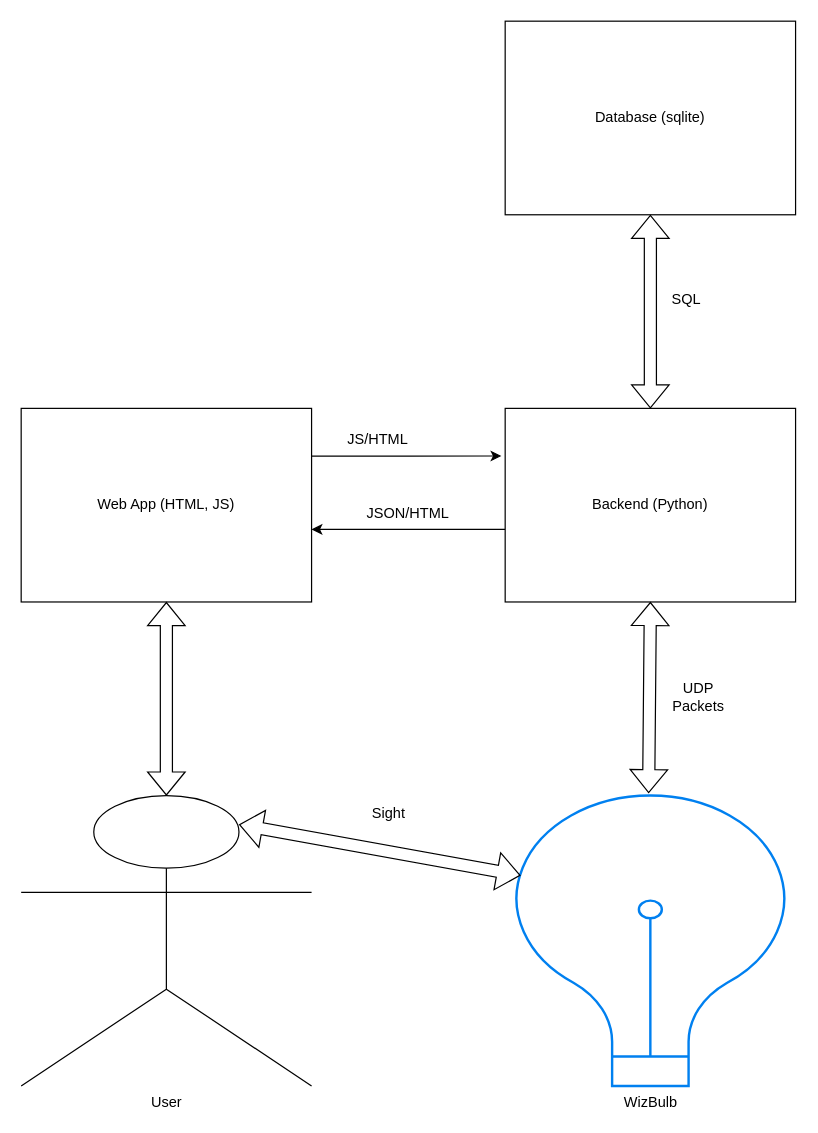
This is project-report-docs/BulbBopArchitectureDiagram.drawio from RyanMcClean/wizlight-music-sync, a draw.io file, before an edit. Source tidied: cells renumbered, new cells numbered last; positions are measured from the earlier drawing's top-left corner, leaving out a move shared by most shapes. Both pictures are drawn from the tidied source at 121%, with x=0, y=0 at pixel (21, 21).
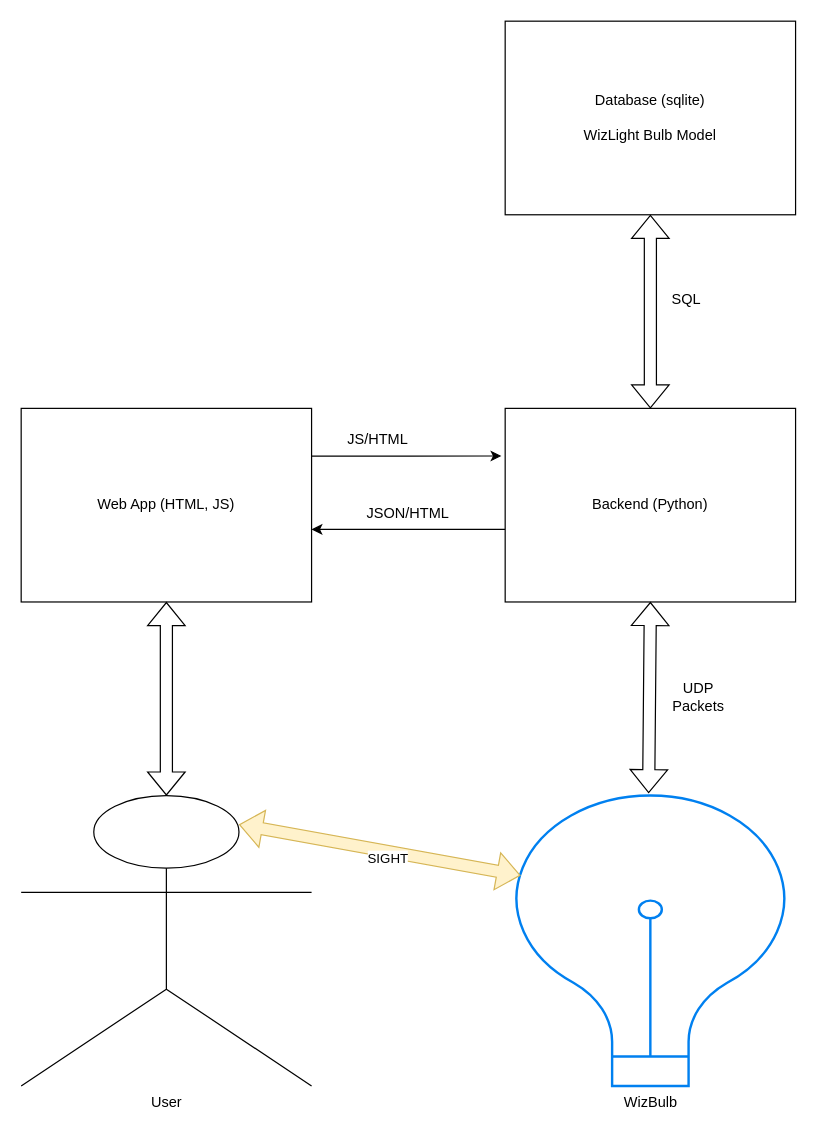
The same page after the edit.

The change refers to these unchanged cells:
```xml
<mxCell id="6" value="&lt;div&gt;User&lt;/div&gt;" style="shape=umlActor;verticalLabelPosition=bottom;verticalAlign=top;html=1;outlineConnect=0;" parent="1" vertex="1">
  <mxGeometry y="640" width="240" height="240" as="geometry" />
</mxCell>
<mxCell id="7" value="&lt;div&gt;WizBulb&lt;/div&gt;" style="html=1;verticalLabelPosition=bottom;align=center;labelBackgroundColor=#ffffff;verticalAlign=top;strokeWidth=2;strokeColor=#0080F0;shadow=0;dashed=0;shape=mxgraph.ios7.icons.lightbulb;" parent="1" vertex="1">
  <mxGeometry x="400" y="640" width="240" height="240" as="geometry" />
</mxCell>
```

The edit, as a diff of the source:
```diff
@@
-    <mxCell id="5" value="Database (sqlite)" style="rounded=0;whiteSpace=wrap;html=1;" parent="1" vertex="1">
+    <mxCell id="5" value="Database (sqlite)&lt;div&gt;&lt;br&gt;&lt;/div&gt;&lt;div&gt;WizLight Bulb Model&lt;/div&gt;" style="rounded=0;whiteSpace=wrap;html=1;" parent="1" vertex="1">
       <mxGeometry x="400" width="240" height="160" as="geometry" />
     </mxCell>
@@
-    <mxCell id="9" style="shape=flexArrow;endArrow=classic;startArrow=classic;html=1;rounded=0;exitX=0.75;exitY=0.1;exitDx=0;exitDy=0;exitPerimeter=0;entryX=0.053;entryY=0.275;entryDx=0;entryDy=0;entryPerimeter=0;" parent="1" edge="1" source="6" target="7">
+    <mxCell id="9" style="shape=flexArrow;endArrow=classic;startArrow=classic;html=1;rounded=0;exitX=0.75;exitY=0.1;exitDx=0;exitDy=0;exitPerimeter=0;entryX=0.053;entryY=0.275;entryDx=0;entryDy=0;entryPerimeter=0;fillColor=#fff2cc;strokeColor=#d6b656;" parent="1" edge="1" source="6" target="7">
       <mxGeometry relative="1" as="geometry" />
     </mxCell>
+    <mxCell id="18" value="SIGHT" style="edgeLabel;html=1;align=center;verticalAlign=middle;" parent="9" vertex="1">
+      <mxGeometry x="0.06" y="-5" relative="1" as="geometry" />
+    </mxCell>
@@
-    <mxCell id="12" value="Sight" style="text;html=1;align=center;verticalAlign=middle;whiteSpace=wrap;rounded=0;" parent="1" vertex="1">
-      <mxGeometry x="274" y="640" width="60" height="30" as="geometry" />
-    </mxCell>
```
